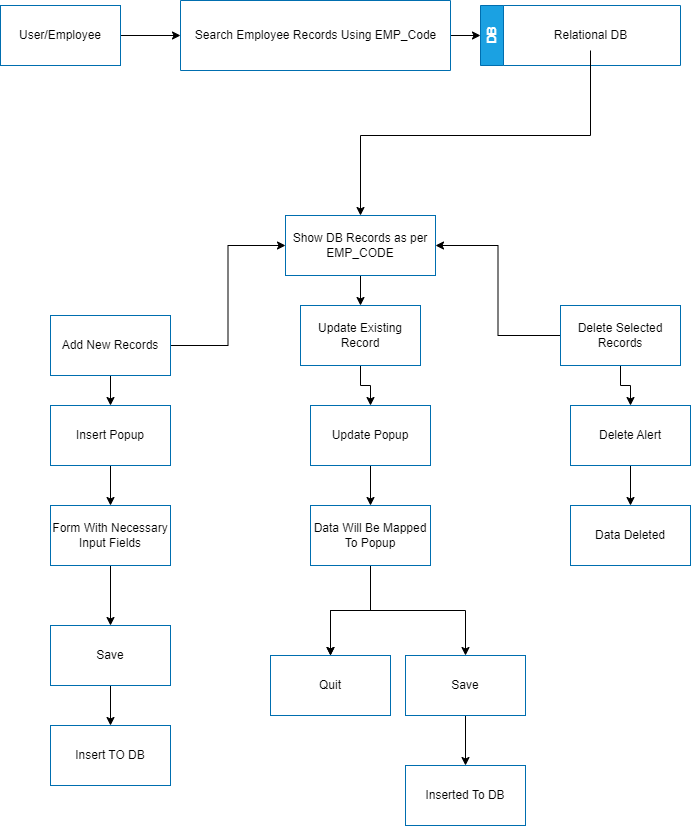
Before: eauser_report.drawio.png, a diagram exported from draw.io (mananhiteshkataria/drawio). Source tidied: cells renumbered, new cells last; positions are measured from the earlier drawing's top-left corner, leaving out a move shared by most shapes.
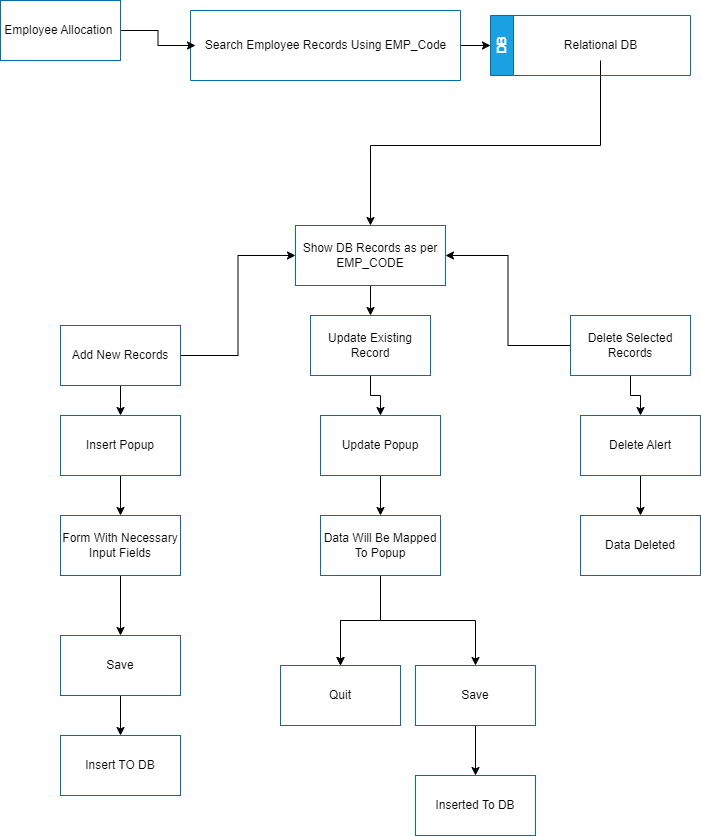
After the change.

Diff of the diagram source:
```diff
@@ -2,12 +2,6 @@
   <root>
     <mxCell id="0" />
     <mxCell id="1" parent="0" />
-    <mxCell id="2" style="edgeStyle=orthogonalEdgeStyle;rounded=0;jettySize=auto;html=1;exitX=1;exitY=0.5;exitDx=0;exitDy=0;entryX=0;entryY=0.5;entryDx=0;entryDy=0;" parent="1" edge="1" source="3" target="5">
-      <mxGeometry relative="1" as="geometry" />
-    </mxCell>
-    <mxCell id="3" value="User/Employee" style="rounded=0;whiteSpace=wrap;html=1;fillColor=none;fontColor=#000000;strokeColor=#006EAF;" parent="1" vertex="1">
-      <mxGeometry y="5" width="120" height="60" as="geometry" />
-    </mxCell>
     <mxCell id="4" style="edgeStyle=orthogonalEdgeStyle;rounded=0;jettySize=auto;html=1;exitX=1;exitY=0.5;exitDx=0;exitDy=0;entryX=0;entryY=0.5;entryDx=0;entryDy=0;" parent="1" edge="1" source="5" target="7">
       <mxGeometry relative="1" as="geometry" />
     </mxCell>
@@ -121,5 +115,11 @@
         </Array>
       </mxGeometry>
     </mxCell>
+    <mxCell id="40" style="edgeStyle=orthogonalEdgeStyle;rounded=0;jettySize=auto;html=1;" parent="1" edge="1" source="41" target="6">
+      <mxGeometry relative="1" as="geometry" />
+    </mxCell>
+    <mxCell id="41" value="&lt;font color=&quot;#080808&quot;&gt;Employee Allocation&amp;nbsp;&lt;/font&gt;" style="rounded=0;whiteSpace=wrap;html=1;fillColor=none;fontColor=#ffffff;strokeColor=#006EAF;" parent="1" vertex="1">
+      <mxGeometry x="-10" y="-10" width="120" height="60" as="geometry" />
+    </mxCell>
   </root>
 </mxGraphModel>
```
